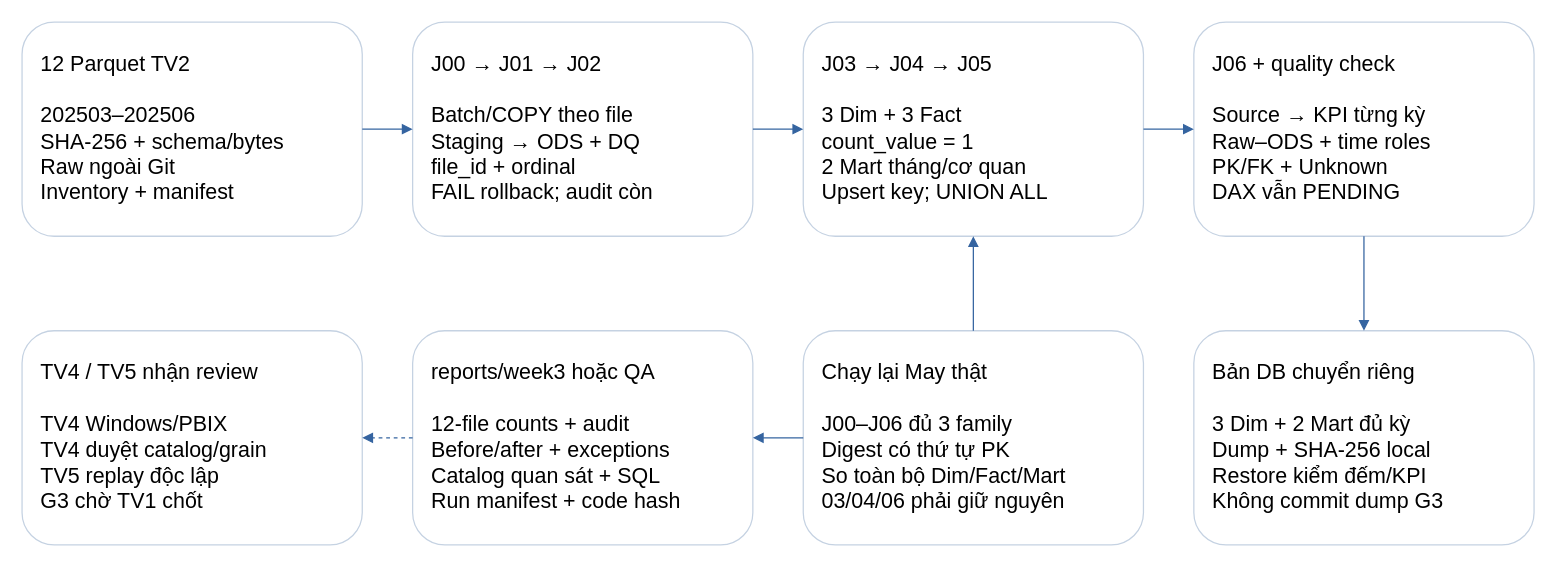
Earlier version of the draw.io diagram diagrams/10_g3_full_pipeline.drawio (Linhlss/KDL-2026.1---Nhom13). Source tidied: cells renumbered, new cells numbered last; positions are measured from the earlier drawing's top-left corner, leaving out a move shared by most shapes. Both pictures are drawn from the tidied source at 126%, with x=0, y=0 at pixel (21, 21).
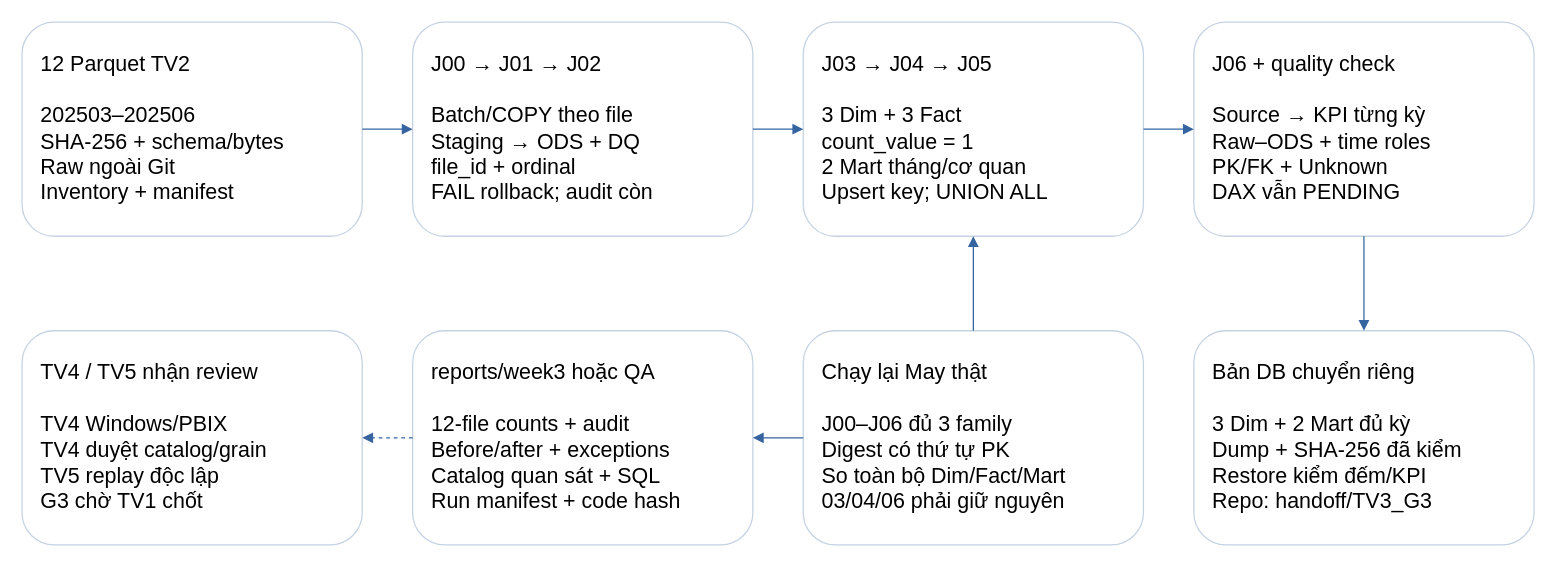
The same page after the edit.

Diff of the diagram source:
```diff
@@
 <mxGraphModel>
   <root>
     <mxCell id="0" />
     <mxCell id="1" parent="0" />
     <mxCell id="2" value="12 Parquet TV2&lt;br&gt;&lt;br&gt;202503–202506&lt;br&gt;SHA-256 + schema/bytes&lt;br&gt;Raw ngoài Git&lt;br&gt;Inventory + manifest" style="rounded=1;whiteSpace=wrap;html=1;align=left;spacing=15;fontSize=17;fillColor=#ffffff;strokeColor=#c5d2e2;" parent="1" vertex="1">
       <mxGeometry width="270" height="170" as="geometry" />
     </mxCell>
     <mxCell id="3" value="J00 → J01 → J02&lt;br&gt;&lt;br&gt;Batch/COPY theo file&lt;br&gt;Staging → ODS + DQ&lt;br&gt;file_id + ordinal&lt;br&gt;FAIL rollback; audit còn" style="rounded=1;whiteSpace=wrap;html=1;align=left;spacing=15;fontSize=17;fillColor=#ffffff;strokeColor=#c5d2e2;" parent="1" vertex="1">
       <mxGeometry x="310" width="270" height="170" as="geometry" />
     </mxCell>
     <mxCell id="4" value="J03 → J04 → J05&lt;br&gt;&lt;br&gt;3 Dim + 3 Fact&lt;br&gt;count_value = 1&lt;br&gt;2 Mart tháng/cơ quan&lt;br&gt;Upsert key; UNION ALL" style="rounded=1;whiteSpace=wrap;html=1;align=left;spacing=15;fontSize=17;fillColor=#ffffff;strokeColor=#c5d2e2;" parent="1" vertex="1">
       <mxGeometry x="620" width="270" height="170" as="geometry" />
     </mxCell>
     <mxCell id="5" value="J06 + quality check&lt;br&gt;&lt;br&gt;Source → KPI từng kỳ&lt;br&gt;Raw–ODS + time roles&lt;br&gt;PK/FK + Unknown&lt;br&gt;DAX vẫn PENDING" style="rounded=1;whiteSpace=wrap;html=1;align=left;spacing=15;fontSize=17;fillColor=#ffffff;strokeColor=#c5d2e2;" parent="1" vertex="1">
       <mxGeometry x="930" width="270" height="170" as="geometry" />
     </mxCell>
     <mxCell id="6" value="TV4 / TV5 nhận review&lt;br&gt;&lt;br&gt;TV4 Windows/PBIX&lt;br&gt;TV4 duyệt catalog/grain&lt;br&gt;TV5 replay độc lập&lt;br&gt;G3 chờ TV1 chốt" style="rounded=1;whiteSpace=wrap;html=1;align=left;spacing=15;fontSize=17;fillColor=#ffffff;strokeColor=#c5d2e2;" parent="1" vertex="1">
       <mxGeometry y="245" width="270" height="170" as="geometry" />
     </mxCell>
     <mxCell id="7" value="reports/week3 hoặc QA&lt;br&gt;&lt;br&gt;12-file counts + audit&lt;br&gt;Before/after + exceptions&lt;br&gt;Catalog quan sát + SQL&lt;br&gt;Run manifest + code hash" style="rounded=1;whiteSpace=wrap;html=1;align=left;spacing=15;fontSize=17;fillColor=#ffffff;strokeColor=#c5d2e2;" parent="1" vertex="1">
       <mxGeometry x="310" y="245" width="270" height="170" as="geometry" />
     </mxCell>
     <mxCell id="8" value="Chạy lại May thật&lt;br&gt;&lt;br&gt;J00–J06 đủ 3 family&lt;br&gt;Digest có thứ tự PK&lt;br&gt;So toàn bộ Dim/Fact/Mart&lt;br&gt;03/04/06 phải giữ nguyên" style="rounded=1;whiteSpace=wrap;html=1;align=left;spacing=15;fontSize=17;fillColor=#ffffff;strokeColor=#c5d2e2;" parent="1" vertex="1">
       <mxGeometry x="620" y="245" width="270" height="170" as="geometry" />
     </mxCell>
-    <mxCell id="9" value="Bản DB chuyển riêng&lt;br&gt;&lt;br&gt;3 Dim + 2 Mart đủ kỳ&lt;br&gt;Dump + SHA-256 local&lt;br&gt;Restore kiểm đếm/KPI&lt;br&gt;Không commit dump G3" style="rounded=1;whiteSpace=wrap;html=1;align=left;spacing=15;fontSize=17;fillColor=#ffffff;strokeColor=#c5d2e2;" parent="1" vertex="1">
+    <mxCell id="9" value="Bản DB chuyển riêng&lt;br&gt;&lt;br&gt;3 Dim + 2 Mart đủ kỳ&lt;br&gt;Dump + SHA-256 đã kiểm&lt;br&gt;Restore kiểm đếm/KPI&lt;br&gt;Repo: handoff/TV3_G3" style="rounded=1;whiteSpace=wrap;html=1;align=left;spacing=15;fontSize=17;fillColor=#ffffff;strokeColor=#c5d2e2;" parent="1" vertex="1">
       <mxGeometry x="930" y="245" width="270" height="170" as="geometry" />
     </mxCell>
     <mxCell id="10" style="endArrow=block;strokeColor=#3564a0;dashed=0;" parent="1" edge="1" source="2" target="3">
       <mxGeometry relative="1" as="geometry" />
     </mxCell>
     <mxCell id="11" style="endArrow=block;strokeColor=#3564a0;dashed=0;" parent="1" edge="1" source="3" target="4">
       <mxGeometry relative="1" as="geometry" />
     </mxCell>
     <mxCell id="12" style="endArrow=block;strokeColor=#3564a0;dashed=0;" parent="1" edge="1" source="4" target="5">
       <mxGeometry relative="1" as="geometry" />
     </mxCell>
     <mxCell id="13" style="endArrow=block;strokeColor=#3564a0;dashed=0;" parent="1" edge="1" source="8" target="4">
       <mxGeometry relative="1" as="geometry" />
     </mxCell>
     <mxCell id="14" style="endArrow=block;strokeColor=#3564a0;dashed=0;" parent="1" edge="1" source="5" target="9">
       <mxGeometry relative="1" as="geometry" />
     </mxCell>
     <mxCell id="15" style="endArrow=block;strokeColor=#3564a0;dashed=0;" parent="1" edge="1" source="8" target="7">
       <mxGeometry relative="1" as="geometry" />
     </mxCell>
     <mxCell id="16" style="endArrow=block;strokeColor=#3564a0;dashed=1;" parent="1" edge="1" source="7" target="6">
       <mxGeometry relative="1" as="geometry" />
     </mxCell>
   </root>
 </mxGraphModel>
```
